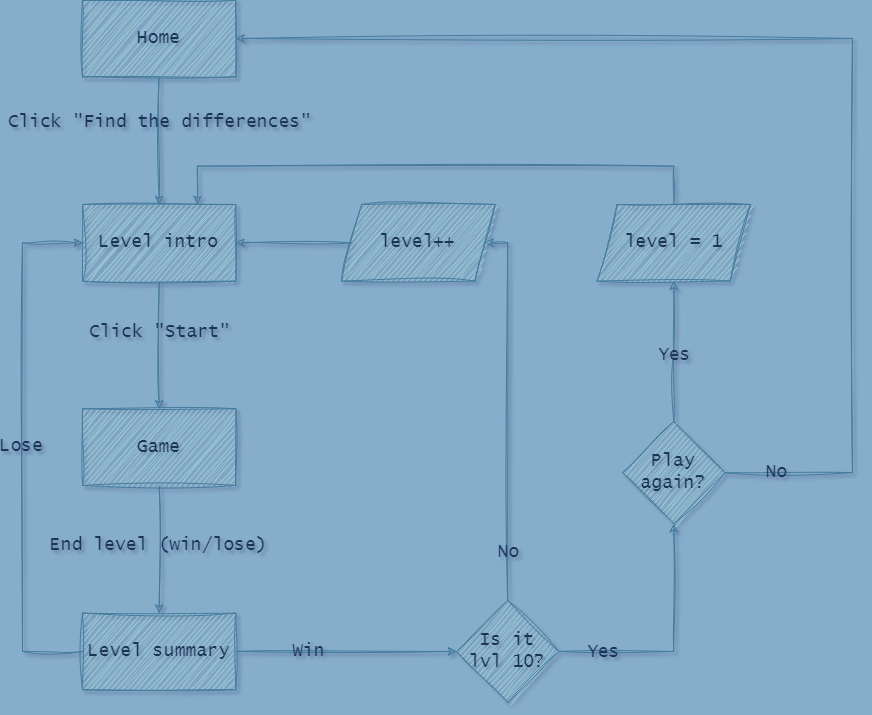
This is ftd-flowchart.png from vasilyoshev/ai-assistant, a draw.io export, as it was before one commit. Source tidied: cells renumbered, new cells last; positions are measured from the earlier drawing's top-left corner, leaving out a move shared by most shapes.
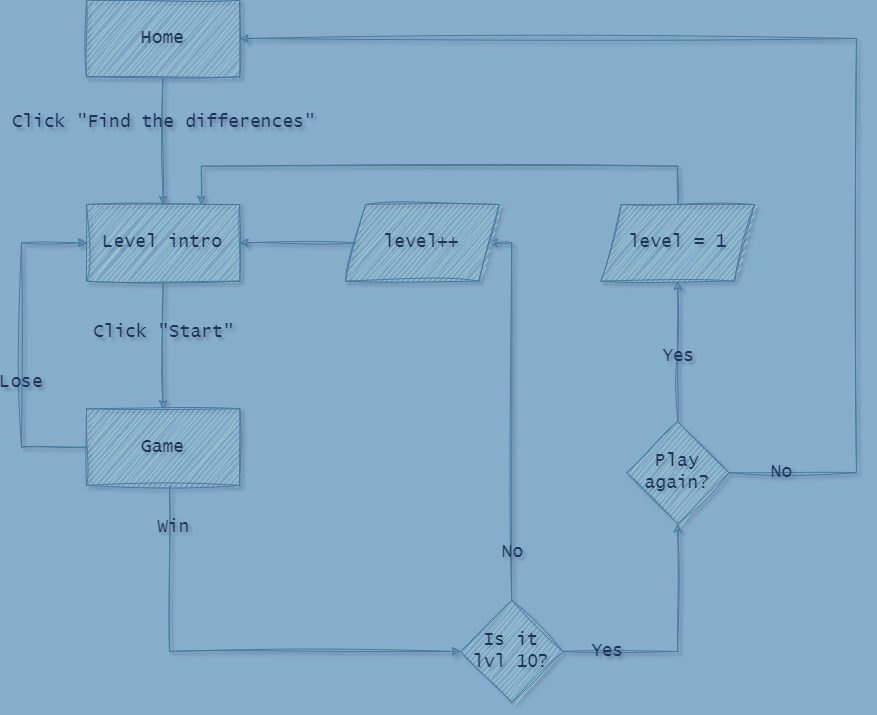
The same file after the commit.

The edit, as a diff of the source:
```diff
@@ -24,37 +24,24 @@
     <mxCell id="7" value="Level intro" style="rounded=0;whiteSpace=wrap;html=1;labelBackgroundColor=none;strokeWidth=1;sketch=1;curveFitting=1;jiggle=2;fillColor=#A8DADC;fontColor=#1D3557;strokeColor=#457B9D;fontFamily=Lucida Console;fontSize=18;" parent="1" vertex="1">
       <mxGeometry x="60" y="204" width="153.2" height="76.6" as="geometry" />
     </mxCell>
-    <mxCell id="8" style="edgeStyle=orthogonalEdgeStyle;rounded=0;jettySize=auto;html=1;entryX=0.5;entryY=0;entryDx=0;entryDy=0;labelBackgroundColor=none;fontColor=default;strokeColor=#457B9D;sketch=1;curveFitting=1;jiggle=2;strokeWidth=1;fillColor=#A8DADC;fontFamily=Architects Daughter;fontSize=18;" parent="1" edge="1" source="10" target="15">
-      <mxGeometry relative="1" as="geometry" />
-    </mxCell>
-    <mxCell id="9" value="End level (win/lose)" style="edgeLabel;html=1;align=center;verticalAlign=middle;labelBackgroundColor=none;rounded=0;fontColor=#1D3557;sketch=1;curveFitting=1;jiggle=2;fontFamily=Lucida Console;fontSize=18;" parent="8" vertex="1">
-      <mxGeometry x="-0.08" y="-1" relative="1" as="geometry" />
-    </mxCell>
+    <mxCell id="30" style="edgeStyle=orthogonalEdgeStyle;rounded=0;jettySize=auto;html=1;entryX=0;entryY=0.5;entryDx=0;entryDy=0;sketch=1;jiggle=2;curveFitting=1;strokeColor=#457B9D;strokeWidth=1;align=center;verticalAlign=middle;fontFamily=Architects Daughter;fontSize=18;fontColor=default;labelBackgroundColor=none;endArrow=classic;fillColor=#A8DADC;" parent="1" edge="1" source="10" target="7">
+      <mxGeometry relative="1" as="geometry">
+        <Array as="points">
+          <mxPoint x="-5" y="447" />
+          <mxPoint x="-5" y="242" />
+        </Array>
+      </mxGeometry>
+    </mxCell>
+    <mxCell id="31" style="edgeStyle=orthogonalEdgeStyle;rounded=0;jettySize=auto;html=1;entryX=0;entryY=0.5;entryDx=0;entryDy=0;sketch=1;jiggle=2;curveFitting=1;strokeColor=#457B9D;strokeWidth=1;align=center;verticalAlign=middle;fontFamily=Architects Daughter;fontSize=18;fontColor=default;labelBackgroundColor=none;endArrow=classic;fillColor=#A8DADC;" parent="1" edge="1" source="10" target="20">
+      <mxGeometry relative="1" as="geometry">
+        <Array as="points">
+          <mxPoint x="143" y="651" />
+        </Array>
+      </mxGeometry>
+    </mxCell>
     <mxCell id="10" value="Game" style="rounded=0;whiteSpace=wrap;html=1;labelBackgroundColor=none;strokeWidth=1;sketch=1;curveFitting=1;jiggle=2;fillColor=#A8DADC;fontColor=#1D3557;strokeColor=#457B9D;fontFamily=Lucida Console;fontSize=18;" parent="1" vertex="1">
       <mxGeometry x="60" y="408.3" width="153.2" height="76.6" as="geometry" />
     </mxCell>
-    <mxCell id="11" style="edgeStyle=orthogonalEdgeStyle;rounded=0;jettySize=auto;html=1;entryX=0;entryY=0.5;entryDx=0;entryDy=0;labelBackgroundColor=none;fontColor=default;strokeColor=#457B9D;sketch=1;curveFitting=1;jiggle=2;strokeWidth=1;fillColor=#A8DADC;fontFamily=Architects Daughter;fontSize=18;" parent="1" edge="1" source="15" target="7">
-      <mxGeometry relative="1" as="geometry">
-        <Array as="points">
-          <mxPoint y="650.9" />
-          <mxPoint y="242.3" />
-        </Array>
-      </mxGeometry>
-    </mxCell>
-    <mxCell id="12" value="Lose" style="edgeLabel;html=1;align=center;verticalAlign=middle;labelBackgroundColor=none;rounded=0;fontColor=#1D3557;sketch=1;curveFitting=1;jiggle=2;fontFamily=Lucida Console;fontSize=18;" parent="11" vertex="1">
-      <mxGeometry x="0.01" y="1" relative="1" as="geometry" />
-    </mxCell>
-    <mxCell id="13" style="edgeStyle=orthogonalEdgeStyle;rounded=0;jettySize=auto;html=1;exitX=1;exitY=0.5;exitDx=0;exitDy=0;labelBackgroundColor=none;fontColor=default;strokeColor=#457B9D;sketch=1;curveFitting=1;jiggle=2;strokeWidth=1;fillColor=#A8DADC;fontFamily=Architects Daughter;fontSize=18;" parent="1" edge="1" source="15" target="20">
-      <mxGeometry relative="1" as="geometry" />
-    </mxCell>
-    <mxCell id="14" value="Win" style="edgeLabel;html=1;align=center;verticalAlign=middle;labelBackgroundColor=none;rounded=0;fontColor=#1D3557;sketch=1;curveFitting=1;jiggle=2;fontFamily=Lucida Console;fontSize=18;" parent="13" vertex="1">
-      <mxGeometry x="-0.2" y="-1" relative="1" as="geometry">
-        <mxPoint x="-16" y="-1" as="offset" />
-      </mxGeometry>
-    </mxCell>
-    <mxCell id="15" value="Level summary" style="rounded=0;whiteSpace=wrap;html=1;labelBackgroundColor=none;strokeWidth=1;sketch=1;curveFitting=1;jiggle=2;fillColor=#A8DADC;fontColor=#1D3557;strokeColor=#457B9D;fontFamily=Lucida Console;fontSize=18;" parent="1" vertex="1">
-      <mxGeometry x="60" y="612.6" width="153.2" height="76.6" as="geometry" />
-    </mxCell>
     <mxCell id="16" style="edgeStyle=orthogonalEdgeStyle;rounded=0;jettySize=auto;html=1;exitX=0.5;exitY=0;exitDx=0;exitDy=0;entryX=1;entryY=0.5;entryDx=0;entryDy=0;labelBackgroundColor=none;fontColor=default;strokeColor=#457B9D;sketch=1;curveFitting=1;jiggle=2;strokeWidth=1;fillColor=#A8DADC;fontFamily=Architects Daughter;fontSize=18;" parent="1" edge="1" source="20" target="22">
       <mxGeometry relative="1" as="geometry">
         <Array as="points">
@@ -119,5 +106,11 @@
     <mxCell id="29" value="level = 1" style="shape=parallelogram;perimeter=parallelogramPerimeter;whiteSpace=wrap;html=1;fixedSize=1;labelBackgroundColor=none;rounded=0;strokeWidth=1;sketch=1;curveFitting=1;jiggle=2;fillColor=#A8DADC;fontColor=#1D3557;strokeColor=#457B9D;fontFamily=Lucida Console;fontSize=18;" parent="1" vertex="1">
       <mxGeometry x="574.6" y="204" width="153.2" height="76.6" as="geometry" />
     </mxCell>
+    <mxCell id="12" value="Lose" style="edgeLabel;html=1;align=center;verticalAlign=middle;labelBackgroundColor=none;rounded=0;fontColor=#1D3557;sketch=1;curveFitting=1;jiggle=2;fontFamily=Lucida Console;fontSize=18;" parent="1" vertex="1">
+      <mxGeometry x="-6" y="381" as="geometry" />
+    </mxCell>
+    <mxCell id="14" value="Win" style="edgeLabel;html=1;align=center;verticalAlign=middle;labelBackgroundColor=none;rounded=0;fontColor=#1D3557;sketch=1;curveFitting=1;jiggle=2;fontFamily=Lucida Console;fontSize=18;" parent="1" vertex="1">
+      <mxGeometry x="146" y="526" as="geometry" />
+    </mxCell>
   </root>
 </mxGraphModel>
```
